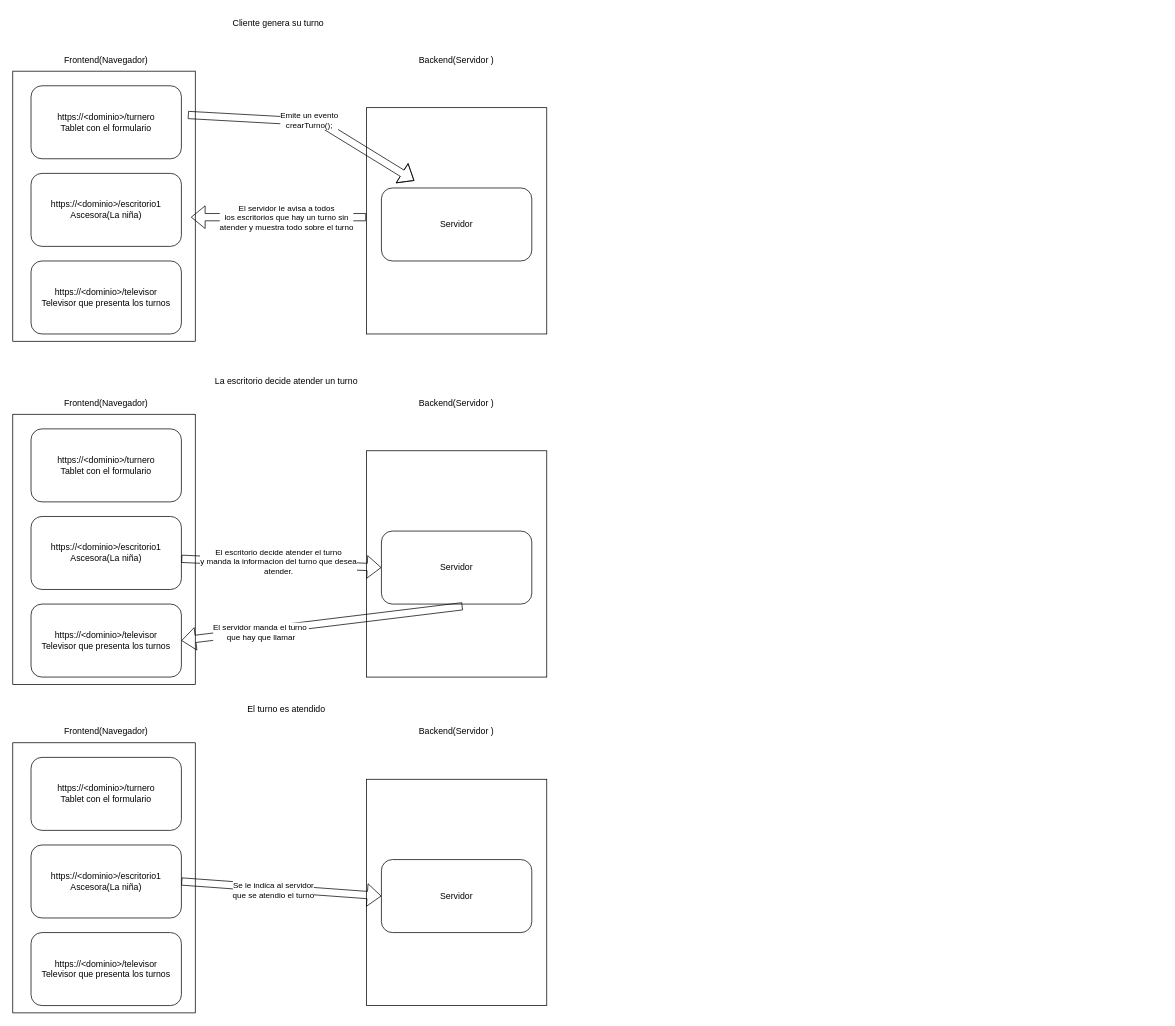
HardlinePizza21/ServerGym keeps this draw.io diagram as comunicacion.drawio. Above is the earlier version. Source tidied: cells renumbered, new cells numbered last; positions are measured from the earlier drawing's top-left corner, leaving out a move shared by most shapes. Both pictures are drawn from the tidied source at 73%, with x=0, y=0 at pixel (12, 12).
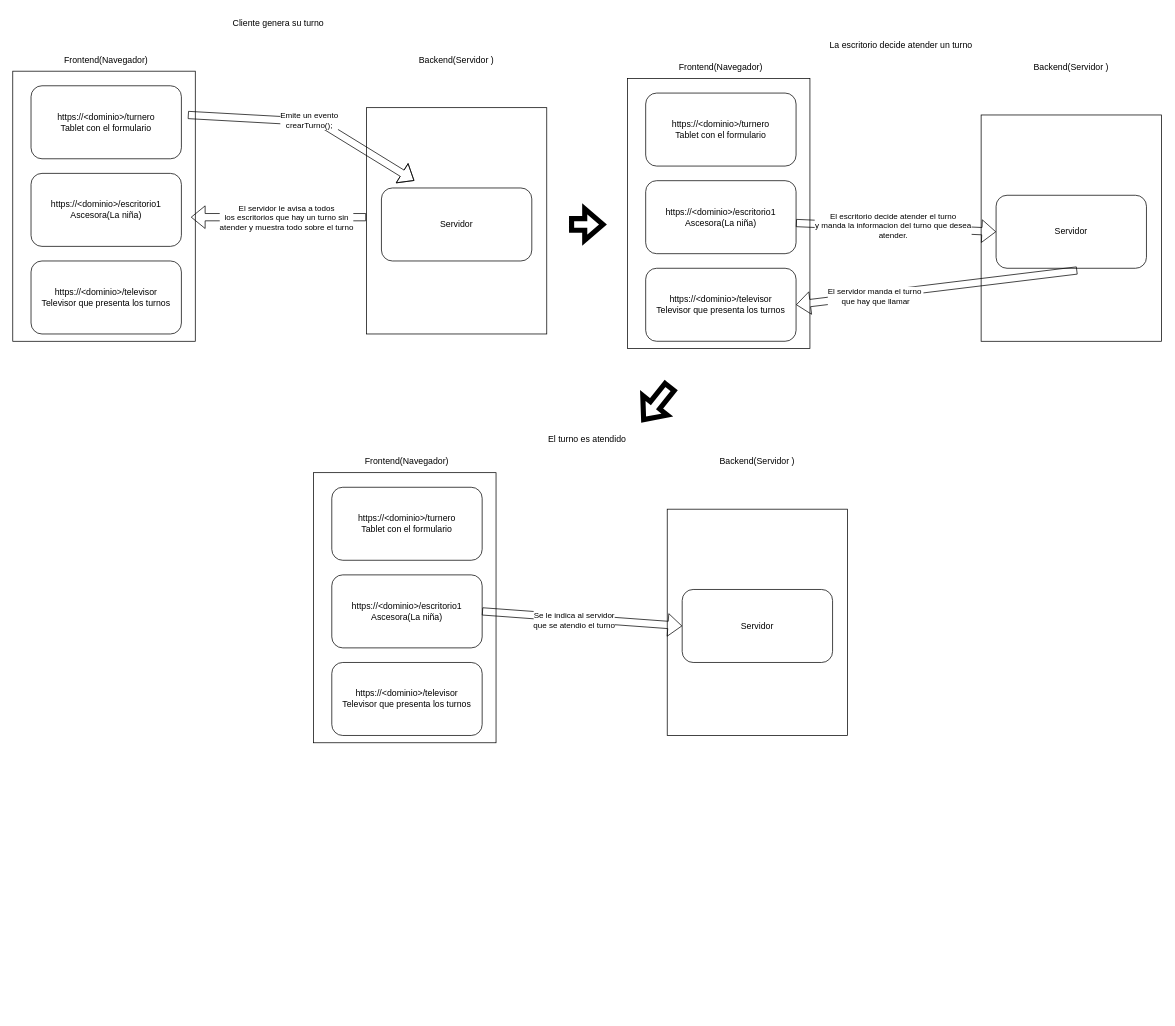
Above is the later version.

What changed in the source:
```diff
@@
     <mxCell id="15" style="rounded=0;whiteSpace=wrap;html=1;" parent="1" vertex="1">
-      <mxGeometry x="484.5" y="600" width="247" height="310" as="geometry" />
+      <mxGeometry x="1326.5" y="140" width="247" height="310" as="geometry" />
     </mxCell>
     <mxCell id="16" style="rounded=0;whiteSpace=wrap;html=1;" parent="1" vertex="1">
-      <mxGeometry y="550" width="250" height="370" as="geometry" />
+      <mxGeometry x="842" y="90" width="250" height="370" as="geometry" />
     </mxCell>
     <mxCell id="17" value="Servidor" style="rounded=1;whiteSpace=wrap;html=1;" parent="1" vertex="1">
-      <mxGeometry x="505" y="710" width="206" height="100" as="geometry" />
+      <mxGeometry x="1347" y="250" width="206" height="100" as="geometry" />
     </mxCell>
     <mxCell id="18" value="&lt;div&gt;https://&amp;lt;dominio&amp;gt;/televisor&lt;/div&gt;&lt;div&gt;Televisor que presenta los turnos&lt;/div&gt;" style="rounded=1;whiteSpace=wrap;html=1;" parent="1" vertex="1">
-      <mxGeometry x="25" y="810" width="206" height="100" as="geometry" />
+      <mxGeometry x="867" y="350" width="206" height="100" as="geometry" />
     </mxCell>
     <mxCell id="19" value="&lt;div&gt;https://&amp;lt;dominio&amp;gt;/escritorio1&lt;/div&gt;&lt;div&gt;Ascesora(La niña)&lt;/div&gt;" style="rounded=1;whiteSpace=wrap;html=1;" parent="1" vertex="1">
-      <mxGeometry x="25" y="690" width="206" height="100" as="geometry" />
+      <mxGeometry x="867" y="230" width="206" height="100" as="geometry" />
     </mxCell>
     <mxCell id="20" value="&lt;div&gt;https://&amp;lt;dominio&amp;gt;/turnero&lt;/div&gt;&lt;div&gt;Tablet con el formulario&lt;/div&gt;" style="rounded=1;whiteSpace=wrap;html=1;" parent="1" vertex="1">
-      <mxGeometry x="25" y="570" width="206" height="100" as="geometry" />
+      <mxGeometry x="867" y="110" width="206" height="100" as="geometry" />
     </mxCell>
     <mxCell id="21" value="Frontend(Navegador)" style="text;html=1;align=center;verticalAlign=middle;whiteSpace=wrap;rounded=0;" parent="1" vertex="1">
-      <mxGeometry x="33" y="520" width="190" height="30" as="geometry" />
+      <mxGeometry x="875" y="60" width="190" height="30" as="geometry" />
     </mxCell>
     <mxCell id="22" value="Backend(Servidor )" style="text;html=1;align=center;verticalAlign=middle;whiteSpace=wrap;rounded=0;" parent="1" vertex="1">
-      <mxGeometry x="513" y="520" width="190" height="30" as="geometry" />
+      <mxGeometry x="1355" y="60" width="190" height="30" as="geometry" />
     </mxCell>
     <mxCell id="23" value="La escritorio decide atender un turno" style="text;html=1;align=center;verticalAlign=middle;whiteSpace=wrap;rounded=0;" parent="1" vertex="1">
-      <mxGeometry x="264.5" y="490" width="220" height="30" as="geometry" />
+      <mxGeometry x="1106.5" y="30" width="220" height="30" as="geometry" />
     </mxCell>
@@
     <mxCell id="28" style="rounded=0;whiteSpace=wrap;html=1;" parent="1" vertex="1">
-      <mxGeometry x="484.5" y="1050" width="247" height="310" as="geometry" />
+      <mxGeometry x="896.5" y="680" width="247" height="310" as="geometry" />
     </mxCell>
     <mxCell id="29" style="rounded=0;whiteSpace=wrap;html=1;" parent="1" vertex="1">
-      <mxGeometry y="1000" width="250" height="370" as="geometry" />
+      <mxGeometry x="412" y="630" width="250" height="370" as="geometry" />
     </mxCell>
     <mxCell id="30" value="Servidor" style="rounded=1;whiteSpace=wrap;html=1;" parent="1" vertex="1">
-      <mxGeometry x="505" y="1160" width="206" height="100" as="geometry" />
+      <mxGeometry x="917" y="790" width="206" height="100" as="geometry" />
     </mxCell>
     <mxCell id="31" value="&lt;div&gt;https://&amp;lt;dominio&amp;gt;/televisor&lt;/div&gt;&lt;div&gt;Televisor que presenta los turnos&lt;/div&gt;" style="rounded=1;whiteSpace=wrap;html=1;" parent="1" vertex="1">
-      <mxGeometry x="25" y="1260" width="206" height="100" as="geometry" />
+      <mxGeometry x="437" y="890" width="206" height="100" as="geometry" />
     </mxCell>
     <mxCell id="32" value="&lt;div&gt;https://&amp;lt;dominio&amp;gt;/escritorio1&lt;/div&gt;&lt;div&gt;Ascesora(La niña)&lt;/div&gt;" style="rounded=1;whiteSpace=wrap;html=1;" parent="1" vertex="1">
-      <mxGeometry x="25" y="1140" width="206" height="100" as="geometry" />
+      <mxGeometry x="437" y="770" width="206" height="100" as="geometry" />
     </mxCell>
     <mxCell id="33" value="&lt;div&gt;https://&amp;lt;dominio&amp;gt;/turnero&lt;/div&gt;&lt;div&gt;Tablet con el formulario&lt;/div&gt;" style="rounded=1;whiteSpace=wrap;html=1;" parent="1" vertex="1">
-      <mxGeometry x="25" y="1020" width="206" height="100" as="geometry" />
+      <mxGeometry x="437" y="650" width="206" height="100" as="geometry" />
     </mxCell>
     <mxCell id="34" value="Frontend(Navegador)" style="text;html=1;align=center;verticalAlign=middle;whiteSpace=wrap;rounded=0;" parent="1" vertex="1">
-      <mxGeometry x="33" y="970" width="190" height="30" as="geometry" />
+      <mxGeometry x="445" y="600" width="190" height="30" as="geometry" />
     </mxCell>
     <mxCell id="35" value="Backend(Servidor )" style="text;html=1;align=center;verticalAlign=middle;whiteSpace=wrap;rounded=0;" parent="1" vertex="1">
-      <mxGeometry x="513" y="970" width="190" height="30" as="geometry" />
+      <mxGeometry x="925" y="600" width="190" height="30" as="geometry" />
     </mxCell>
     <mxCell id="36" value="El turno es atendido" style="text;html=1;align=center;verticalAlign=middle;whiteSpace=wrap;rounded=0;" parent="1" vertex="1">
-      <mxGeometry x="264.5" y="940" width="220" height="30" as="geometry" />
+      <mxGeometry x="676.5" y="570" width="220" height="30" as="geometry" />
     </mxCell>
@@
+    <mxCell id="39" style="shape=flexArrow;endArrow=classic;html=1;rounded=0;strokeWidth=7;" parent="1" edge="1">
+      <mxGeometry relative="1" as="geometry">
+        <mxPoint x="762" y="290" as="sourcePoint" />
+        <mxPoint x="812" y="290" as="targetPoint" />
+      </mxGeometry>
+    </mxCell>
+    <mxCell id="40" style="shape=flexArrow;endArrow=classic;html=1;rounded=0;strokeWidth=7;" parent="1" edge="1">
+      <mxGeometry relative="1" as="geometry">
+        <mxPoint x="902" y="510" as="sourcePoint" />
+        <mxPoint x="862" y="560" as="targetPoint" />
+      </mxGeometry>
+    </mxCell>
```
